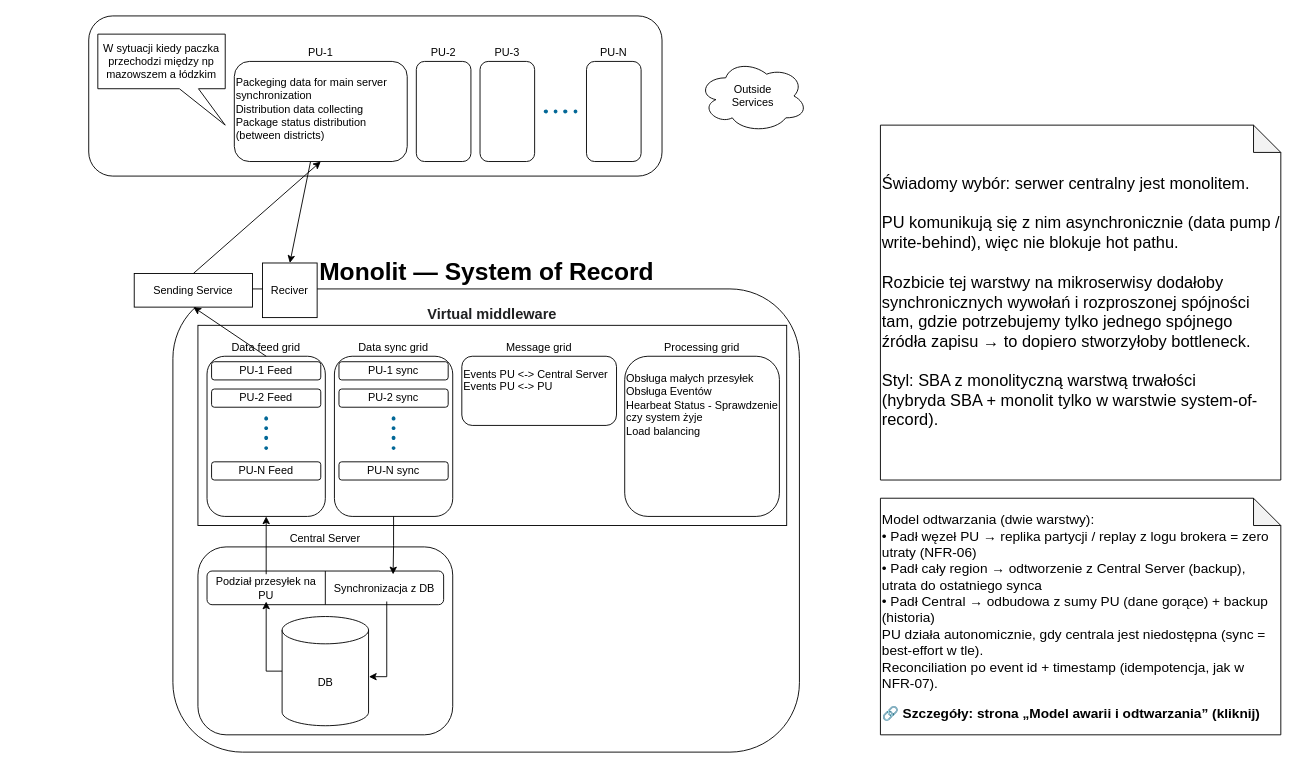
Before: page "SBA (wariant hybrydowy)" (3 of 5) of architektura.drawio in Franio2018/Projekt-Zespolowy, a draw.io diagram. Source tidied: cells renumbered, new cells numbered last; positions are measured from the earlier drawing's top-left corner, leaving out a move shared by most shapes. Both pictures are drawn from the tidied source at 91%, with x=0, y=0 at pixel (88, 15).
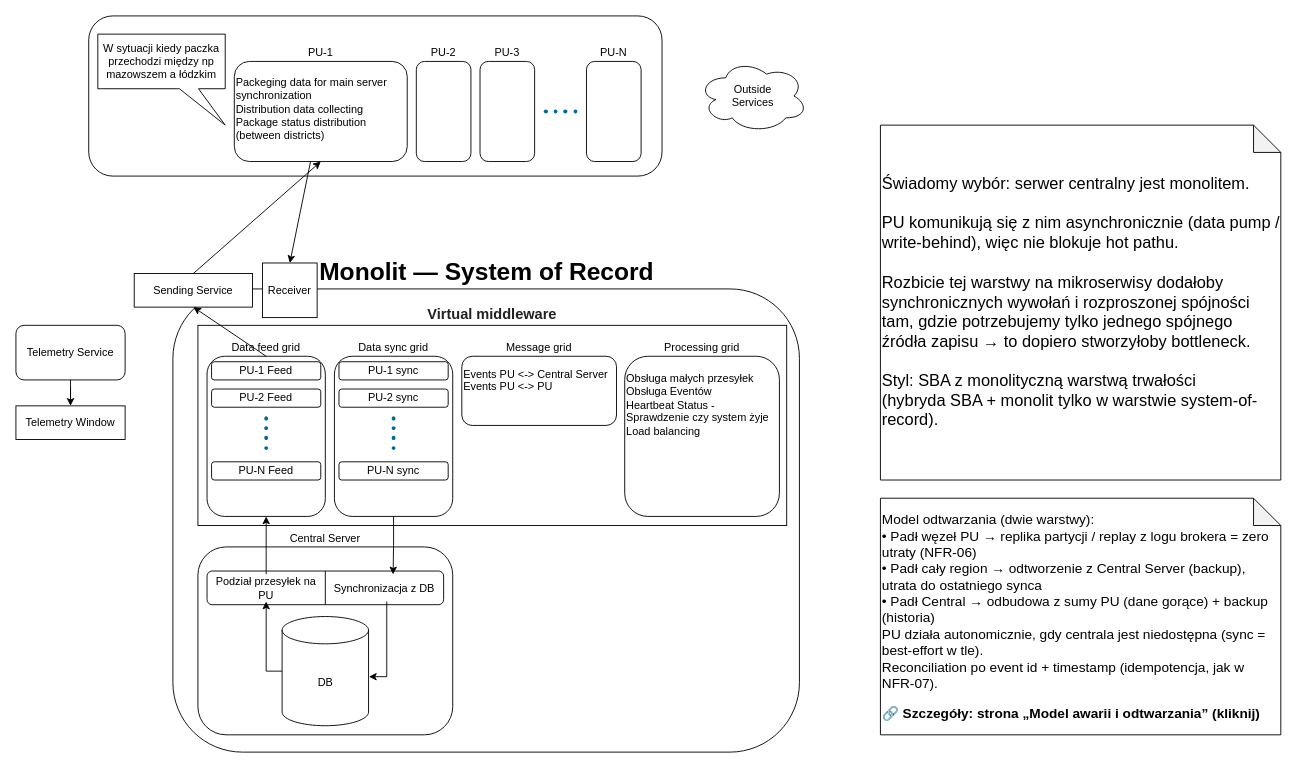
Above is the later version.

Change to the diagram source:
```diff
@@
-    <mxCell id="27" value="Obsługa małych przesyłek&lt;div&gt;Obsługa Eventów&lt;/div&gt;&lt;div&gt;Hearbeat Status - Sprawdzenie czy system żyje&amp;nbsp;&lt;/div&gt;&lt;div&gt;Load balancing&lt;/div&gt;&lt;div&gt;&lt;br&gt;&lt;/div&gt;" style="text;html=1;whiteSpace=wrap;strokeColor=none;fillColor=none;align=left;verticalAlign=top;rounded=0;" parent="1" vertex="1">
+    <mxCell id="27" value="Obsługa małych przesyłek&lt;div&gt;Obsługa Eventów&lt;/div&gt;&lt;div&gt;Heartbeat Status - Sprawdzenie czy system żyje&amp;nbsp;&lt;/div&gt;&lt;div&gt;Load balancing&lt;/div&gt;&lt;div&gt;&lt;br&gt;&lt;/div&gt;" style="text;html=1;whiteSpace=wrap;strokeColor=none;fillColor=none;align=left;verticalAlign=top;rounded=0;" parent="1" vertex="1">
       <mxGeometry x="589" y="385" width="170" height="155" as="geometry" />
     </mxCell>
@@
-    <mxCell id="40" value="Reciver" style="rounded=0;whiteSpace=wrap;html=1;" parent="1" vertex="1">
+    <mxCell id="40" value="Receiver" style="rounded=0;whiteSpace=wrap;html=1;" parent="1" vertex="1">
       <mxGeometry x="191" y="271.5" width="60" height="60" as="geometry" />
     </mxCell>
@@
+    <mxCell id="44" style="edgeStyle=orthogonalEdgeStyle;rounded=0;jettySize=auto;html=1;entryX=0.5;entryY=0;entryDx=0;entryDy=0;defaultLabelBackgroundColor=page;" parent="1" edge="1" source="45" target="46">
+      <mxGeometry relative="1" as="geometry" />
+    </mxCell>
+    <mxCell id="45" value="Telemetry Service" style="rounded=1;whiteSpace=wrap;html=1;roundedPerimeter=1;" parent="1" vertex="1">
+      <mxGeometry x="-80" y="340" width="120" height="60" as="geometry" />
+    </mxCell>
+    <mxCell id="46" value="Telemetry Window" style="rounded=0;whiteSpace=wrap;html=1;" parent="1" vertex="1">
+      <mxGeometry x="-80" y="428.5" width="120" height="37" as="geometry" />
+    </mxCell>
```
